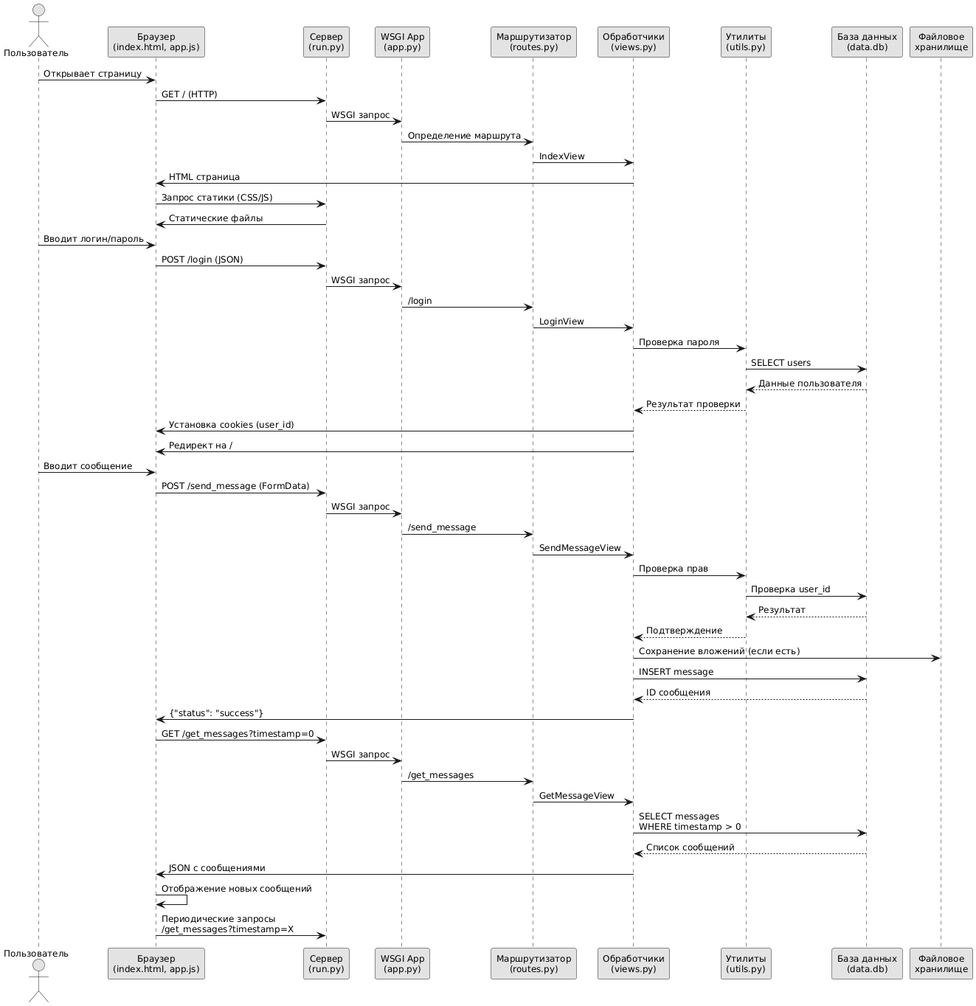
The PlantUML diagram Practice/Practice_doc/images/Диаграмма последовательности.png in Intelligent-95/DOC_diplom, before a commit. The source it was exported from:
```plantuml
@startuml
skinparam monochrome true
skinparam responseMessageBelowArrow true
skinparam defaultFontName Arial
skinparam defaultFontSize 12

actor Пользователь as user
participant "Браузер\n(index.html, app.js)" as browser
participant "Сервер\n(run.py)" as server
participant "WSGI App\n(app.py)" as app
participant "Маршрутизатор\n(routes.py)" as router
participant "Обработчики\n(views.py)" as views
participant "Утилиты\n(utils.py)" as utils
participant "База данных\n(data.db)" as db
participant "Файловое\nхранилище" as storage

user -> browser: Открывает страницу
browser -> server: GET / (HTTP)
server -> app: WSGI запрос
app -> router: Определение маршрута
router -> views: IndexView
views -> browser: HTML страница
browser -> server: Запрос статики (CSS/JS)
server -> browser: Статические файлы

user -> browser: Вводит логин/пароль
browser -> server: POST /login (JSON)
server -> app: WSGI запрос
app -> router: /login
router -> views: LoginView
views -> utils: Проверка пароля
utils -> db: SELECT users
db --> utils: Данные пользователя
utils --> views: Результат проверки
views -> browser: Установка cookies (user_id)
views -> browser: Редирект на /

user -> browser: Вводит сообщение
browser -> server: POST /send_message (FormData)
server -> app: WSGI запрос
app -> router: /send_message
router -> views: SendMessageView
views -> utils: Проверка прав
utils -> db: Проверка user_id
db --> utils: Результат
utils --> views: Подтверждение
views -> storage: Сохранение вложений (если есть)
views -> db: INSERT message
db --> views: ID сообщения
views -> browser: {"status": "success"}

browser -> server: GET /get_messages?timestamp=0
server -> app: WSGI запрос
app -> router: /get_messages
router -> views: GetMessageView
views -> db: SELECT messages\nWHERE timestamp > 0
db --> views: Список сообщений
views -> browser: JSON с сообщениями

browser -> browser: Отображение новых сообщений
browser -> server: Периодические запросы\n/get_messages?timestamp=X
@enduml
```
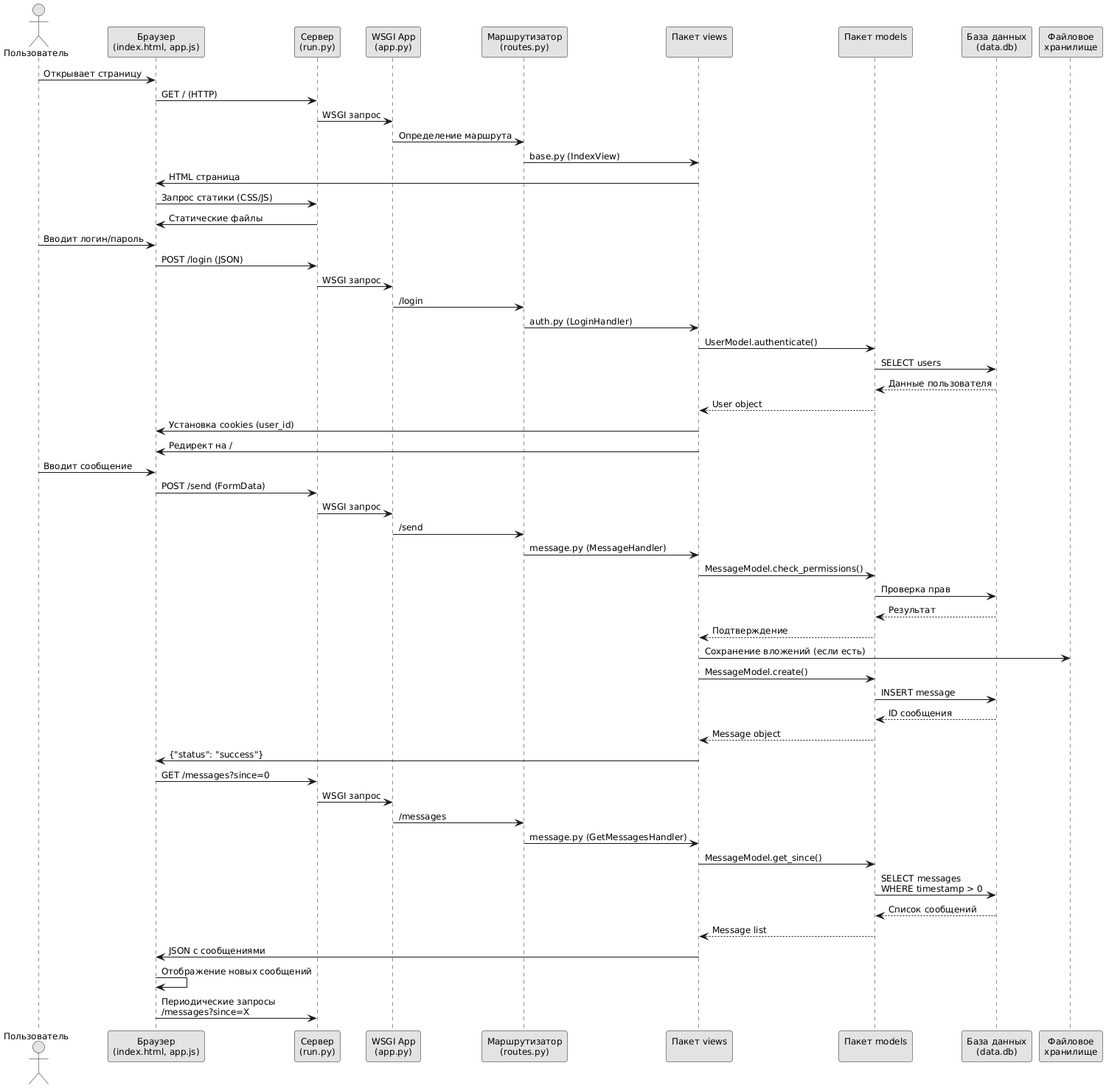
Later version of the same file.

Commit message:
Изменил диаграмму последовательности

Diff of the diagram source:
```diff
@@ -9,8 +9,8 @@
 participant "Сервер\n(run.py)" as server
 participant "WSGI App\n(app.py)" as app
 participant "Маршрутизатор\n(routes.py)" as router
-participant "Обработчики\n(views.py)" as views
-participant "Утилиты\n(utils.py)" as utils
+participant "Пакет views\n" as views
+participant "Пакет models\n" as models
 participant "База данных\n(data.db)" as db
 participant "Файловое\nхранилище" as storage
 
@@ -18,7 +18,7 @@
 browser -> server: GET / (HTTP)
 server -> app: WSGI запрос
 app -> router: Определение маршрута
-router -> views: IndexView
+router -> views: base.py (IndexView)
 views -> browser: HTML страница
 browser -> server: Запрос статики (CSS/JS)
 server -> browser: Статические файлы
@@ -27,36 +27,40 @@
 browser -> server: POST /login (JSON)
 server -> app: WSGI запрос
 app -> router: /login
-router -> views: LoginView
-views -> utils: Проверка пароля
-utils -> db: SELECT users
-db --> utils: Данные пользователя
-utils --> views: Результат проверки
+router -> views: auth.py (LoginHandler)
+views -> models: UserModel.authenticate()
+models -> db: SELECT users
+db --> models: Данные пользователя
+models --> views: User object
 views -> browser: Установка cookies (user_id)
 views -> browser: Редирект на /
 
 user -> browser: Вводит сообщение
-browser -> server: POST /send_message (FormData)
+browser -> server: POST /send (FormData)
 server -> app: WSGI запрос
-app -> router: /send_message
-router -> views: SendMessageView
-views -> utils: Проверка прав
-utils -> db: Проверка user_id
-db --> utils: Результат
-utils --> views: Подтверждение
+app -> router: /send
+router -> views: message.py (MessageHandler)
+views -> models: MessageModel.check_permissions()
+models -> db: Проверка прав
+db --> models: Результат
+models --> views: Подтверждение
 views -> storage: Сохранение вложений (если есть)
-views -> db: INSERT message
-db --> views: ID сообщения
+views -> models: MessageModel.create()
+models -> db: INSERT message
+db --> models: ID сообщения
+models --> views: Message object
 views -> browser: {"status": "success"}
 
-browser -> server: GET /get_messages?timestamp=0
+browser -> server: GET /messages?since=0
 server -> app: WSGI запрос
-app -> router: /get_messages
-router -> views: GetMessageView
-views -> db: SELECT messages\nWHERE timestamp > 0
-db --> views: Список сообщений
+app -> router: /messages
+router -> views: message.py (GetMessagesHandler)
+views -> models: MessageModel.get_since()
+models -> db: SELECT messages\nWHERE timestamp > 0
+db --> models: Список сообщений
+models --> views: Message list
 views -> browser: JSON с сообщениями
 
 browser -> browser: Отображение новых сообщений
-browser -> server: Периодические запросы\n/get_messages?timestamp=X
+browser -> server: Периодические запросы\n/messages?since=X
 @enduml
```
